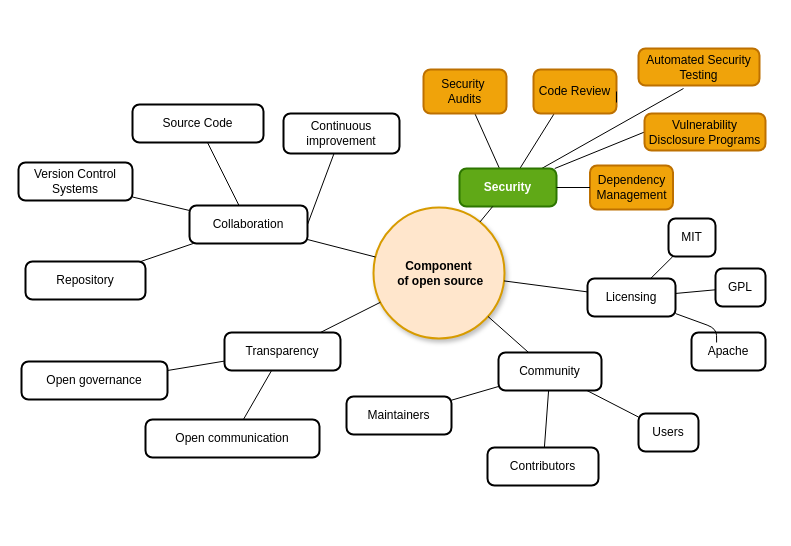
This is Untitled Diagram.drawio from nkemregina/Open-Source-OSPO-Diagrams, a draw.io file, before an edit. Source tidied: cells renumbered, new cells numbered last; positions are measured from the earlier drawing's top-left corner, leaving out a move shared by most shapes. Both pictures are drawn from the tidied source at 100%, with x=0, y=0 at pixel (18, 48).
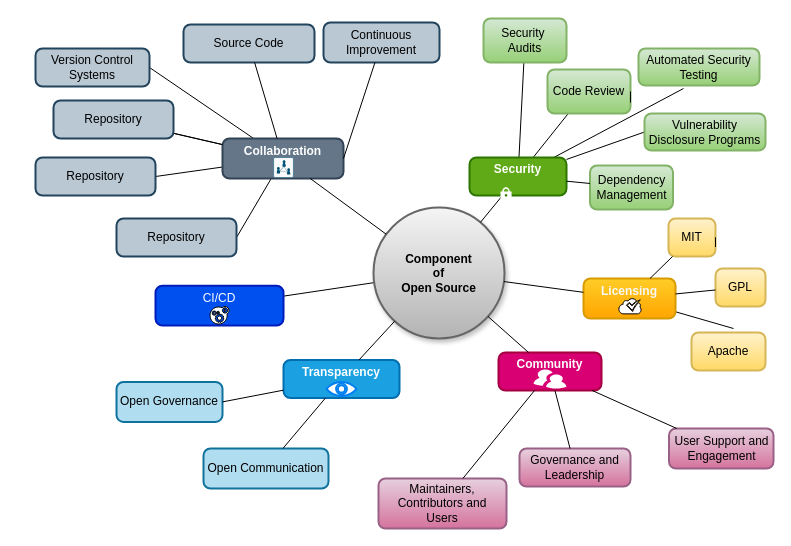
After the change.

What changed in the source:
```diff
@@
+    <mxCell id="48" style="edgeStyle=none;shape=connector;rounded=1;jettySize=auto;html=1;strokeColor=default;align=center;verticalAlign=middle;fontFamily=Helvetica;fontSize=11;fontColor=default;labelBackgroundColor=default;endArrow=none;flowAnimation=1;" parent="1" edge="1" source="2" target="62">
+      <mxGeometry relative="1" as="geometry" />
+    </mxCell>
-    <mxCell id="2" value="Component&#10; of open source" style="ellipse;strokeWidth=2;whiteSpace=wrap;fontStyle=1;fillColor=#ffe6cc;strokeColor=#d79b00;shadow=1;" parent="1" vertex="1">
+    <mxCell id="2" value="Component&#10; of &#10;Open Source" style="ellipse;strokeWidth=2;whiteSpace=wrap;fontStyle=1;fillColor=#f5f5f5;shadow=1;strokeColor=#666666;gradientColor=#b3b3b3;" parent="1" vertex="1">
       <mxGeometry x="355" y="159" width="131" height="131" as="geometry" />
     </mxCell>
+    <mxCell id="49" style="edgeStyle=none;shape=connector;rounded=1;jettySize=auto;html=1;strokeColor=default;align=center;verticalAlign=middle;fontFamily=Helvetica;fontSize=11;fontColor=default;labelBackgroundColor=default;endArrow=none;flowAnimation=1;" parent="1" edge="1" source="3">
+      <mxGeometry relative="1" as="geometry">
+        <mxPoint x="715" y="280" as="targetPoint" />
+      </mxGeometry>
+    </mxCell>
-    <mxCell id="3" value="Licensing" style="rounded=1;absoluteArcSize=1;arcSize=14;whiteSpace=wrap;strokeWidth=2;" parent="1" vertex="1">
-      <mxGeometry x="569" y="230" width="88" height="38" as="geometry" />
+    <mxCell id="3" value="Licensing&#10;" style="rounded=1;absoluteArcSize=1;arcSize=14;whiteSpace=wrap;strokeWidth=2;fillColor=#ffcd28;strokeColor=#d79b00;labelBorderColor=none;gradientColor=#ffa500;fontColor=#f8f8f8;fontStyle=1;" parent="1" vertex="1">
+      <mxGeometry x="565" y="230" width="92" height="40" as="geometry" />
     </mxCell>
-    <mxCell id="4" value="GPL" style="rounded=1;absoluteArcSize=1;arcSize=14;whiteSpace=wrap;strokeWidth=2;" parent="1" vertex="1">
+    <mxCell id="4" value="GPL" style="rounded=1;absoluteArcSize=1;arcSize=14;whiteSpace=wrap;strokeWidth=2;fillColor=#fff2cc;strokeColor=#d6b656;gradientColor=#ffd966;" parent="1" vertex="1">
       <mxGeometry x="697" y="220" width="50" height="38" as="geometry" />
     </mxCell>
-    <mxCell id="5" value="MIT" style="rounded=1;absoluteArcSize=1;arcSize=14;whiteSpace=wrap;strokeWidth=2;" parent="1" vertex="1">
+    <mxCell id="5" value="MIT" style="rounded=1;absoluteArcSize=1;arcSize=14;whiteSpace=wrap;strokeWidth=2;fillColor=#fff2cc;strokeColor=#d6b656;gradientColor=#ffd966;" parent="1" vertex="1">
       <mxGeometry x="650" y="170" width="47" height="38" as="geometry" />
     </mxCell>
-    <mxCell id="6" value="Apache" style="rounded=1;absoluteArcSize=1;arcSize=14;whiteSpace=wrap;strokeWidth=2;" parent="1" vertex="1">
+    <mxCell id="6" value="Apache" style="rounded=1;absoluteArcSize=1;arcSize=14;whiteSpace=wrap;strokeWidth=2;fillColor=#fff2cc;gradientColor=#ffd966;strokeColor=#d6b656;" parent="1" vertex="1">
       <mxGeometry x="673" y="284" width="74" height="38" as="geometry" />
     </mxCell>
-    <mxCell id="7" value="Community" style="rounded=1;absoluteArcSize=1;arcSize=14;whiteSpace=wrap;strokeWidth=2;" parent="1" vertex="1">
+    <mxCell id="7" value="Community&#10;" style="rounded=1;absoluteArcSize=1;arcSize=14;whiteSpace=wrap;strokeWidth=2;fillColor=#d80073;fontColor=#ffffff;strokeColor=#A50040;fontStyle=1;" parent="1" vertex="1">
       <mxGeometry x="480" y="304" width="103" height="38" as="geometry" />
     </mxCell>
-    <mxCell id="8" value="Contributors" style="rounded=1;absoluteArcSize=1;arcSize=14;whiteSpace=wrap;strokeWidth=2;" parent="1" vertex="1">
-      <mxGeometry x="469" y="399" width="111" height="38" as="geometry" />
+    <mxCell id="8" value="Governance and Leadership" style="rounded=1;absoluteArcSize=1;arcSize=14;whiteSpace=wrap;strokeWidth=2;fillColor=#e6d0de;gradientColor=#d5739d;strokeColor=#996185;" parent="1" vertex="1">
+      <mxGeometry x="501" y="400" width="111" height="38" as="geometry" />
     </mxCell>
-    <mxCell id="9" value="Users" style="rounded=1;absoluteArcSize=1;arcSize=14;whiteSpace=wrap;strokeWidth=2;" parent="1" vertex="1">
-      <mxGeometry x="620" y="365" width="60" height="38" as="geometry" />
+    <mxCell id="9" value="User Support and Engagement" style="rounded=1;absoluteArcSize=1;arcSize=14;whiteSpace=wrap;strokeWidth=2;fillColor=#e6d0de;gradientColor=#d5739d;strokeColor=#996185;" parent="1" vertex="1">
+      <mxGeometry x="650.5" y="380" width="104.5" height="40" as="geometry" />
     </mxCell>
-    <mxCell id="10" value="Maintainers" style="rounded=1;absoluteArcSize=1;arcSize=14;whiteSpace=wrap;strokeWidth=2;" parent="1" vertex="1">
-      <mxGeometry x="328" y="348" width="105" height="38" as="geometry" />
+    <mxCell id="10" value="Maintainers, Contributors and &#10;Users" style="rounded=1;absoluteArcSize=1;arcSize=14;whiteSpace=wrap;strokeWidth=2;fillColor=#e6d0de;strokeColor=#996185;gradientColor=#d5739d;" parent="1" vertex="1">
+      <mxGeometry x="360" y="430" width="128" height="50" as="geometry" />
     </mxCell>
-    <mxCell id="11" value="Transparency" style="rounded=1;absoluteArcSize=1;arcSize=14;whiteSpace=wrap;strokeWidth=2;" parent="1" vertex="1">
-      <mxGeometry x="206" y="284" width="116" height="38" as="geometry" />
+    <mxCell id="11" value="Transparency&#10;" style="rounded=1;absoluteArcSize=1;arcSize=14;whiteSpace=wrap;strokeWidth=2;fillColor=#1ba1e2;fontColor=#ffffff;strokeColor=#006EAF;fontStyle=1;" parent="1" vertex="1">
+      <mxGeometry x="265" y="311.5" width="116" height="38" as="geometry" />
     </mxCell>
-    <mxCell id="12" value="Open communication" style="rounded=1;absoluteArcSize=1;arcSize=14;whiteSpace=wrap;strokeWidth=2;" parent="1" vertex="1">
-      <mxGeometry x="127" y="371" width="174" height="38" as="geometry" />
+    <mxCell id="12" value="Open Communication" style="rounded=1;absoluteArcSize=1;arcSize=14;whiteSpace=wrap;strokeWidth=2;fillColor=#b1ddf0;strokeColor=#10739e;fontStyle=0;" parent="1" vertex="1">
+      <mxGeometry x="185" y="400" width="125" height="40" as="geometry" />
     </mxCell>
-    <mxCell id="13" value="Open governance" style="rounded=1;absoluteArcSize=1;arcSize=14;whiteSpace=wrap;strokeWidth=2;" parent="1" vertex="1">
-      <mxGeometry x="3" y="313" width="146" height="38" as="geometry" />
+    <mxCell id="13" value="Open Governance" style="rounded=1;absoluteArcSize=1;arcSize=14;whiteSpace=wrap;strokeWidth=2;fillColor=#b1ddf0;strokeColor=#10739e;fontStyle=0;" parent="1" vertex="1">
+      <mxGeometry x="98" y="333.4" width="106" height="40" as="geometry" />
     </mxCell>
+    <mxCell id="50" style="edgeStyle=none;shape=connector;rounded=1;jettySize=auto;html=1;strokeColor=default;align=center;verticalAlign=middle;fontFamily=Helvetica;fontSize=11;fontColor=default;labelBackgroundColor=default;endArrow=none;flowAnimation=1;" parent="1" edge="1" source="14" target="17">
+      <mxGeometry relative="1" as="geometry" />
+    </mxCell>
+    <mxCell id="51" style="edgeStyle=none;shape=connector;rounded=1;jettySize=auto;html=1;entryX=1;entryY=0.5;entryDx=0;entryDy=0;strokeColor=default;align=center;verticalAlign=middle;fontFamily=Helvetica;fontSize=11;fontColor=default;labelBackgroundColor=default;endArrow=none;flowAnimation=1;" parent="1" edge="1" source="14" target="15">
+      <mxGeometry relative="1" as="geometry" />
+    </mxCell>
+    <mxCell id="52" style="edgeStyle=none;shape=connector;rounded=1;jettySize=auto;html=1;entryX=1;entryY=0.5;entryDx=0;entryDy=0;strokeColor=default;align=center;verticalAlign=middle;fontFamily=Helvetica;fontSize=11;fontColor=default;labelBackgroundColor=default;endArrow=none;flowAnimation=1;" parent="1" edge="1" source="14" target="65">
+      <mxGeometry relative="1" as="geometry" />
+    </mxCell>
+    <mxCell id="53" style="edgeStyle=none;shape=connector;rounded=1;jettySize=auto;html=1;strokeColor=default;align=center;verticalAlign=middle;fontFamily=Helvetica;fontSize=11;fontColor=default;labelBackgroundColor=default;endArrow=none;flowAnimation=1;entryX=1;entryY=0.5;entryDx=0;entryDy=0;" parent="1" edge="1" source="14" target="66">
+      <mxGeometry relative="1" as="geometry" />
+    </mxCell>
-    <mxCell id="14" value="Collaboration" style="rounded=1;absoluteArcSize=1;arcSize=14;whiteSpace=wrap;strokeWidth=2;" parent="1" vertex="1">
-      <mxGeometry x="171" y="157" width="118" height="38" as="geometry" />
+    <mxCell id="14" value="Collaboration&#10;" style="rounded=1;absoluteArcSize=1;arcSize=14;whiteSpace=wrap;strokeWidth=2;fillColor=#647687;fontColor=#ffffff;strokeColor=#314354;fontStyle=1;" parent="1" vertex="1">
+      <mxGeometry x="204" y="90" width="121" height="40" as="geometry" />
     </mxCell>
+    <mxCell id="54" style="edgeStyle=none;shape=connector;rounded=1;jettySize=auto;html=1;exitX=0.75;exitY=0;exitDx=0;exitDy=0;strokeColor=default;align=center;verticalAlign=middle;fontFamily=Helvetica;fontSize=11;fontColor=default;labelBackgroundColor=default;endArrow=none;flowAnimation=1;" parent="1" edge="1" source="15">
+      <mxGeometry relative="1" as="geometry">
+        <mxPoint x="102" y="30" as="targetPoint" />
+      </mxGeometry>
+    </mxCell>
-    <mxCell id="15" value="Version Control Systems" style="rounded=1;absoluteArcSize=1;arcSize=14;whiteSpace=wrap;strokeWidth=2;" parent="1" vertex="1">
-      <mxGeometry y="114" width="114" height="38" as="geometry" />
+    <mxCell id="15" value="Version Control Systems" style="rounded=1;absoluteArcSize=1;arcSize=14;whiteSpace=wrap;strokeWidth=2;fillColor=#bac8d3;strokeColor=#23445d;" parent="1" vertex="1">
+      <mxGeometry x="17" width="114" height="38" as="geometry" />
     </mxCell>
-    <mxCell id="16" value="Source Code" style="rounded=1;absoluteArcSize=1;arcSize=14;whiteSpace=wrap;strokeWidth=2;" parent="1" vertex="1">
-      <mxGeometry x="114" y="56" width="131" height="38" as="geometry" />
+    <mxCell id="16" value="Source Code" style="rounded=1;absoluteArcSize=1;arcSize=14;whiteSpace=wrap;strokeWidth=2;fillColor=#bac8d3;strokeColor=#23445d;" parent="1" vertex="1">
+      <mxGeometry x="165" y="-24" width="131" height="38" as="geometry" />
     </mxCell>
-    <mxCell id="17" value="Repository" style="rounded=1;absoluteArcSize=1;arcSize=14;whiteSpace=wrap;strokeWidth=2;" parent="1" vertex="1">
-      <mxGeometry x="7" y="213" width="120" height="38" as="geometry" />
+    <mxCell id="17" value="Repository" style="rounded=1;absoluteArcSize=1;arcSize=14;whiteSpace=wrap;strokeWidth=2;fillColor=#bac8d3;strokeColor=#23445d;" parent="1" vertex="1">
+      <mxGeometry x="35" y="52" width="120" height="38" as="geometry" />
     </mxCell>
@@
-    <mxCell id="22" value="Security" style="rounded=1;absoluteArcSize=1;arcSize=14;whiteSpace=wrap;strokeWidth=2;fontStyle=1;fillColor=#60a917;strokeColor=#2D7600;fontColor=#ffffff;" parent="1" vertex="1">
-      <mxGeometry x="441" y="120" width="97" height="38" as="geometry" />
+    <mxCell id="22" value="Security&#10;" style="rounded=1;absoluteArcSize=1;arcSize=14;whiteSpace=wrap;strokeWidth=2;fontStyle=1;fillColor=#60a917;strokeColor=#2D7600;fontColor=#ffffff;" parent="1" vertex="1">
+      <mxGeometry x="451" y="109" width="97" height="38" as="geometry" />
     </mxCell>
-    <mxCell id="23" value="Continuous improvement" style="rounded=1;absoluteArcSize=1;arcSize=14;whiteSpace=wrap;strokeWidth=2;" parent="1" vertex="1">
-      <mxGeometry x="265" y="65" width="116" height="40" as="geometry" />
+    <mxCell id="23" value="Continuous Improvement" style="rounded=1;absoluteArcSize=1;arcSize=14;whiteSpace=wrap;strokeWidth=2;fillColor=#bac8d3;strokeColor=#23445d;" parent="1" vertex="1">
+      <mxGeometry x="305" y="-26" width="116" height="40" as="geometry" />
     </mxCell>
-    <mxCell id="24" value="Dependency Management" style="rounded=1;absoluteArcSize=1;arcSize=14;whiteSpace=wrap;strokeWidth=2;fillColor=#f0a30a;strokeColor=#BD7000;" parent="1" vertex="1">
+    <mxCell id="24" value="Dependency Management" style="rounded=1;absoluteArcSize=1;arcSize=14;whiteSpace=wrap;strokeWidth=2;fillColor=#d5e8d4;strokeColor=#82b366;gradientColor=#97d077;" parent="1" vertex="1">
       <mxGeometry x="571.5" y="117" width="83" height="44" as="geometry" />
     </mxCell>
@@
-    <mxCell id="26" style="endArrow=none;" parent="1" edge="1" source="2" target="7">
+    <mxCell id="26" style="endArrow=none;flowAnimation=1;fontStyle=1;" parent="1" edge="1" source="2" target="7">
       <mxGeometry relative="1" as="geometry" />
     </mxCell>
-    <mxCell id="27" style="endArrow=none;" parent="1" edge="1" source="2" target="11">
+    <mxCell id="27" style="endArrow=none;rounded=1;strokeColor=default;align=center;verticalAlign=middle;fontFamily=Helvetica;fontSize=11;fontColor=default;labelBackgroundColor=default;flowAnimation=1;" parent="1" edge="1" source="2" target="11">
       <mxGeometry relative="1" as="geometry" />
     </mxCell>
-    <mxCell id="28" style="endArrow=none;" parent="1" edge="1" source="2" target="14">
+    <mxCell id="28" style="endArrow=none;flowAnimation=1;" parent="1" edge="1" source="2" target="14">
       <mxGeometry relative="1" as="geometry" />
     </mxCell>
@@
-    <mxCell id="30" style="endArrow=none;" parent="1" edge="1" source="3" target="4">
+    <mxCell id="30" style="endArrow=none;rounded=1;strokeColor=default;align=center;verticalAlign=middle;fontFamily=Helvetica;fontSize=11;fontColor=default;labelBackgroundColor=default;flowAnimation=1;" parent="1" edge="1" source="3" target="4">
       <mxGeometry relative="1" as="geometry" />
     </mxCell>
-    <mxCell id="31" style="endArrow=none;" parent="1" edge="1" source="3" target="5">
+    <mxCell id="31" style="endArrow=none;rounded=1;strokeColor=default;align=center;verticalAlign=middle;fontFamily=Helvetica;fontSize=11;fontColor=default;labelBackgroundColor=default;flowAnimation=1;" parent="1" edge="1" source="3" target="5">
       <mxGeometry relative="1" as="geometry" />
     </mxCell>
-    <mxCell id="32" style="endArrow=none;" parent="1" edge="1" source="3">
-      <mxGeometry relative="1" as="geometry">
-        <mxPoint x="698.1" y="294" as="targetPoint" />
-        <Array as="points">
-          <mxPoint x="698" y="280" />
-        </Array>
-      </mxGeometry>
-    </mxCell>
-    <mxCell id="33" style="endArrow=none;" parent="1" edge="1" source="7" target="8">
+    <mxCell id="33" style="endArrow=none;flowAnimation=1;" parent="1" edge="1" source="7" target="8">
       <mxGeometry relative="1" as="geometry" />
     </mxCell>
-    <mxCell id="34" style="endArrow=none;" parent="1" edge="1" source="7" target="9">
+    <mxCell id="34" style="endArrow=none;flowAnimation=1;" parent="1" edge="1" source="7" target="9">
       <mxGeometry relative="1" as="geometry" />
     </mxCell>
-    <mxCell id="35" style="endArrow=none;" parent="1" edge="1" source="7" target="10">
+    <mxCell id="35" style="endArrow=none;flowAnimation=1;" parent="1" edge="1" source="7" target="10">
       <mxGeometry relative="1" as="geometry" />
     </mxCell>
-    <mxCell id="36" style="endArrow=none;" parent="1" edge="1" source="11" target="12">
+    <mxCell id="36" style="endArrow=none;rounded=1;strokeColor=default;align=center;verticalAlign=middle;fontFamily=Helvetica;fontSize=11;fontColor=default;labelBackgroundColor=default;flowAnimation=1;" parent="1" edge="1" source="11" target="12">
       <mxGeometry relative="1" as="geometry" />
     </mxCell>
-    <mxCell id="37" style="endArrow=none;" parent="1" edge="1" source="11">
-      <mxGeometry relative="1" as="geometry">
-        <mxPoint x="149" y="322" as="targetPoint" />
-      </mxGeometry>
+    <mxCell id="37" style="endArrow=none;rounded=1;strokeColor=default;align=center;verticalAlign=middle;fontFamily=Helvetica;fontSize=11;fontColor=default;labelBackgroundColor=default;flowAnimation=1;entryX=1;entryY=0.5;entryDx=0;entryDy=0;" parent="1" edge="1" source="11" target="13">
+      <mxGeometry relative="1" as="geometry" />
     </mxCell>
-    <mxCell id="38" style="endArrow=none;" parent="1" edge="1" source="14">
-      <mxGeometry relative="1" as="geometry">
-        <mxPoint x="114" y="148.5" as="targetPoint" />
-      </mxGeometry>
-    </mxCell>
-    <mxCell id="39" style="endArrow=none;" parent="1" edge="1" source="14" target="16">
+    <mxCell id="39" style="endArrow=none;rounded=1;strokeColor=default;align=center;verticalAlign=middle;fontFamily=Helvetica;fontSize=11;fontColor=default;labelBackgroundColor=default;flowAnimation=1;" parent="1" edge="1" source="14" target="16">
       <mxGeometry relative="1" as="geometry" />
     </mxCell>
-    <mxCell id="40" style="endArrow=none;" parent="1" edge="1" source="14" target="17">
+    <mxCell id="40" style="endArrow=none;rounded=1;strokeColor=default;align=center;verticalAlign=middle;fontFamily=Helvetica;fontSize=11;fontColor=default;labelBackgroundColor=default;flowAnimation=1;" parent="1" edge="1" source="14" target="17">
       <mxGeometry relative="1" as="geometry" />
     </mxCell>
-    <mxCell id="41" style="endArrow=none;exitX=1;exitY=0.5;exitDx=0;exitDy=0;" parent="1" edge="1" source="14" target="23">
+    <mxCell id="41" style="endArrow=none;exitX=1;exitY=0.5;exitDx=0;exitDy=0;rounded=1;strokeColor=default;align=center;verticalAlign=middle;fontFamily=Helvetica;fontSize=11;fontColor=default;labelBackgroundColor=default;flowAnimation=1;" parent="1" edge="1" source="14" target="23">
       <mxGeometry relative="1" as="geometry" />
     </mxCell>
@@
-    <mxCell id="43" value="Security &#10;Audits" style="rounded=1;absoluteArcSize=1;arcSize=14;whiteSpace=wrap;strokeWidth=2;fillColor=#f0a30a;fontColor=#000000;strokeColor=#BD7000;" parent="1" vertex="1">
-      <mxGeometry x="405" y="21" width="83" height="44" as="geometry" />
+    <mxCell id="43" value="Security &#10;Audits" style="rounded=1;absoluteArcSize=1;arcSize=14;whiteSpace=wrap;strokeWidth=2;fillColor=#d5e8d4;strokeColor=#82b366;gradientColor=#97d077;" parent="1" vertex="1">
+      <mxGeometry x="465" y="-30" width="83" height="44" as="geometry" />
     </mxCell>
-    <mxCell id="44" value="Code Review" style="rounded=1;absoluteArcSize=1;arcSize=14;whiteSpace=wrap;strokeWidth=2;fillColor=#f0a30a;fontColor=#000000;strokeColor=#BD7000;" parent="1" vertex="1">
-      <mxGeometry x="515" y="21" width="83" height="44" as="geometry" />
+    <mxCell id="44" value="Code Review" style="rounded=1;absoluteArcSize=1;arcSize=14;whiteSpace=wrap;strokeWidth=2;fillColor=#d5e8d4;strokeColor=#82b366;gradientColor=#97d077;" parent="1" vertex="1">
+      <mxGeometry x="529" y="21" width="83" height="44" as="geometry" />
     </mxCell>
@@
-    <mxCell id="46" value="Vulnerability Disclosure Programs" style="rounded=1;absoluteArcSize=1;arcSize=14;whiteSpace=wrap;strokeWidth=2;fillColor=#f0a30a;fontColor=#000000;strokeColor=#BD7000;" parent="1" vertex="1">
+    <mxCell id="46" value="Vulnerability Disclosure Programs" style="rounded=1;absoluteArcSize=1;arcSize=14;whiteSpace=wrap;strokeWidth=2;fillColor=#d5e8d4;strokeColor=#82b366;gradientColor=#97d077;" parent="1" vertex="1">
       <mxGeometry x="626" y="65" width="121" height="37" as="geometry" />
     </mxCell>
-    <mxCell id="47" value="Automated Security Testing" style="rounded=1;absoluteArcSize=1;arcSize=14;whiteSpace=wrap;strokeWidth=2;fillColor=#f0a30a;fontColor=#000000;strokeColor=#BD7000;" parent="1" vertex="1">
+    <mxCell id="47" value="Automated Security Testing" style="rounded=1;absoluteArcSize=1;arcSize=14;whiteSpace=wrap;strokeWidth=2;fillColor=#d5e8d4;strokeColor=#82b366;gradientColor=#97d077;" parent="1" vertex="1">
       <mxGeometry x="620" width="121" height="37" as="geometry" />
     </mxCell>
+    <mxCell id="55" style="edgeStyle=none;shape=connector;rounded=1;orthogonalLoop=1;jettySize=auto;html=1;exitX=1;exitY=0.5;exitDx=0;exitDy=0;entryX=1;entryY=0.75;entryDx=0;entryDy=0;strokeColor=default;align=center;verticalAlign=middle;fontFamily=Helvetica;fontSize=11;fontColor=default;labelBackgroundColor=default;endArrow=none;flowAnimation=1;" parent="1" edge="1" source="5" target="5">
+      <mxGeometry relative="1" as="geometry" />
+    </mxCell>
+    <mxCell id="56" style="sketch=0;html=1;strokeColor=none;shadow=0;fillColor=#FFFFFF;verticalAlign=top;labelPosition=center;verticalLabelPosition=bottom;shape=mxgraph.gcp2.lock;fontFamily=Helvetica;fontSize=11;fontColor=default;labelBackgroundColor=default;" parent="1" vertex="1">
+      <mxGeometry x="482" y="138.7" width="11.1" height="14.3" as="geometry" />
+    </mxCell>
+    <mxCell id="57" style="sketch=0;html=1;shadow=0;verticalAlign=top;labelPosition=center;verticalLabelPosition=bottom;shape=mxgraph.gcp2.cloud_checkmark;fontFamily=Helvetica;fontSize=11;labelBackgroundColor=default;" parent="1" vertex="1">
+      <mxGeometry x="600" y="249.9" width="23" height="15.4" as="geometry" />
+    </mxCell>
+    <mxCell id="58" style="verticalLabelPosition=bottom;sketch=0;html=1;fillColor=#FFFFFF;strokeColor=none;verticalAlign=top;align=center;shape=mxgraph.cisco_safe.people_places_things_icons.icon9;fontFamily=Helvetica;fontSize=11;fontColor=default;labelBackgroundColor=default;" parent="1" vertex="1">
+      <mxGeometry x="515" y="321" width="33" height="19" as="geometry" />
+    </mxCell>
+    <mxCell id="59" style="html=1;verticalLabelPosition=bottom;align=center;labelBackgroundColor=#ffffff;verticalAlign=top;strokeWidth=2;strokeColor=#0080F0;shadow=0;dashed=0;shape=mxgraph.ios7.icons.eye;fontFamily=Helvetica;fontSize=11;fontColor=default;" parent="1" vertex="1">
+      <mxGeometry x="308" y="333.4" width="30" height="14.1" as="geometry" />
+    </mxCell>
+    <mxCell id="60" style="edgeStyle=none;shape=connector;rounded=1;orthogonalLoop=1;jettySize=auto;html=1;exitX=1;exitY=0.5;exitDx=0;exitDy=0;entryX=1;entryY=0.75;entryDx=0;entryDy=0;strokeColor=default;align=center;verticalAlign=middle;fontFamily=Helvetica;fontSize=11;fontColor=default;labelBackgroundColor=default;endArrow=none;flowAnimation=1;" parent="1" edge="1" source="5" target="5">
+      <mxGeometry relative="1" as="geometry" />
+    </mxCell>
+    <mxCell id="61" style="sketch=0;html=1;strokeColor=none;shadow=0;fillColor=#FFFFFF;verticalAlign=top;labelPosition=center;verticalLabelPosition=bottom;shape=mxgraph.gcp2.gear_load;fontFamily=Helvetica;fontSize=11;fontColor=default;labelBackgroundColor=default;" parent="1" vertex="1">
+      <mxGeometry x="185" y="237.2" width="27.8" height="25.6" as="geometry" />
+    </mxCell>
+    <mxCell id="62" value="CI/CD&#10;" style="rounded=1;absoluteArcSize=1;arcSize=14;whiteSpace=wrap;strokeWidth=2;fillColor=#0050ef;fontColor=#ffffff;strokeColor=#001DBC;" parent="1" vertex="1">
+      <mxGeometry x="137" y="237.2" width="128" height="39.9" as="geometry" />
+    </mxCell>
+    <mxCell id="63" style="sketch=0;html=1;shadow=0;verticalAlign=top;labelPosition=center;verticalLabelPosition=bottom;shape=mxgraph.gcp2.gear_load;fontFamily=Helvetica;fontSize=11;labelBackgroundColor=default;" parent="1" vertex="1">
+      <mxGeometry x="191.5" y="258" width="19" height="17.5" as="geometry" />
+    </mxCell>
+    <mxCell id="64" style="sketch=0;verticalLabelPosition=bottom;html=1;verticalAlign=top;align=center;shape=mxgraph.cisco19.rect;prIcon=multipoint_meeting_server;fillColor=#FAFAFA;strokeColor=#005073;fontFamily=Helvetica;fontSize=11;fontColor=default;labelBackgroundColor=default;" parent="1" vertex="1">
+      <mxGeometry x="255" y="109" width="20" height="20" as="geometry" />
+    </mxCell>
+    <mxCell id="65" value="Repository" style="rounded=1;absoluteArcSize=1;arcSize=14;whiteSpace=wrap;strokeWidth=2;fillColor=#bac8d3;strokeColor=#23445d;" parent="1" vertex="1">
+      <mxGeometry x="17" y="109" width="120" height="38" as="geometry" />
+    </mxCell>
+    <mxCell id="66" value="Repository" style="rounded=1;absoluteArcSize=1;arcSize=14;whiteSpace=wrap;strokeWidth=2;fillColor=#bac8d3;strokeColor=#23445d;" parent="1" vertex="1">
+      <mxGeometry x="98" y="170" width="120" height="38" as="geometry" />
+    </mxCell>
```
